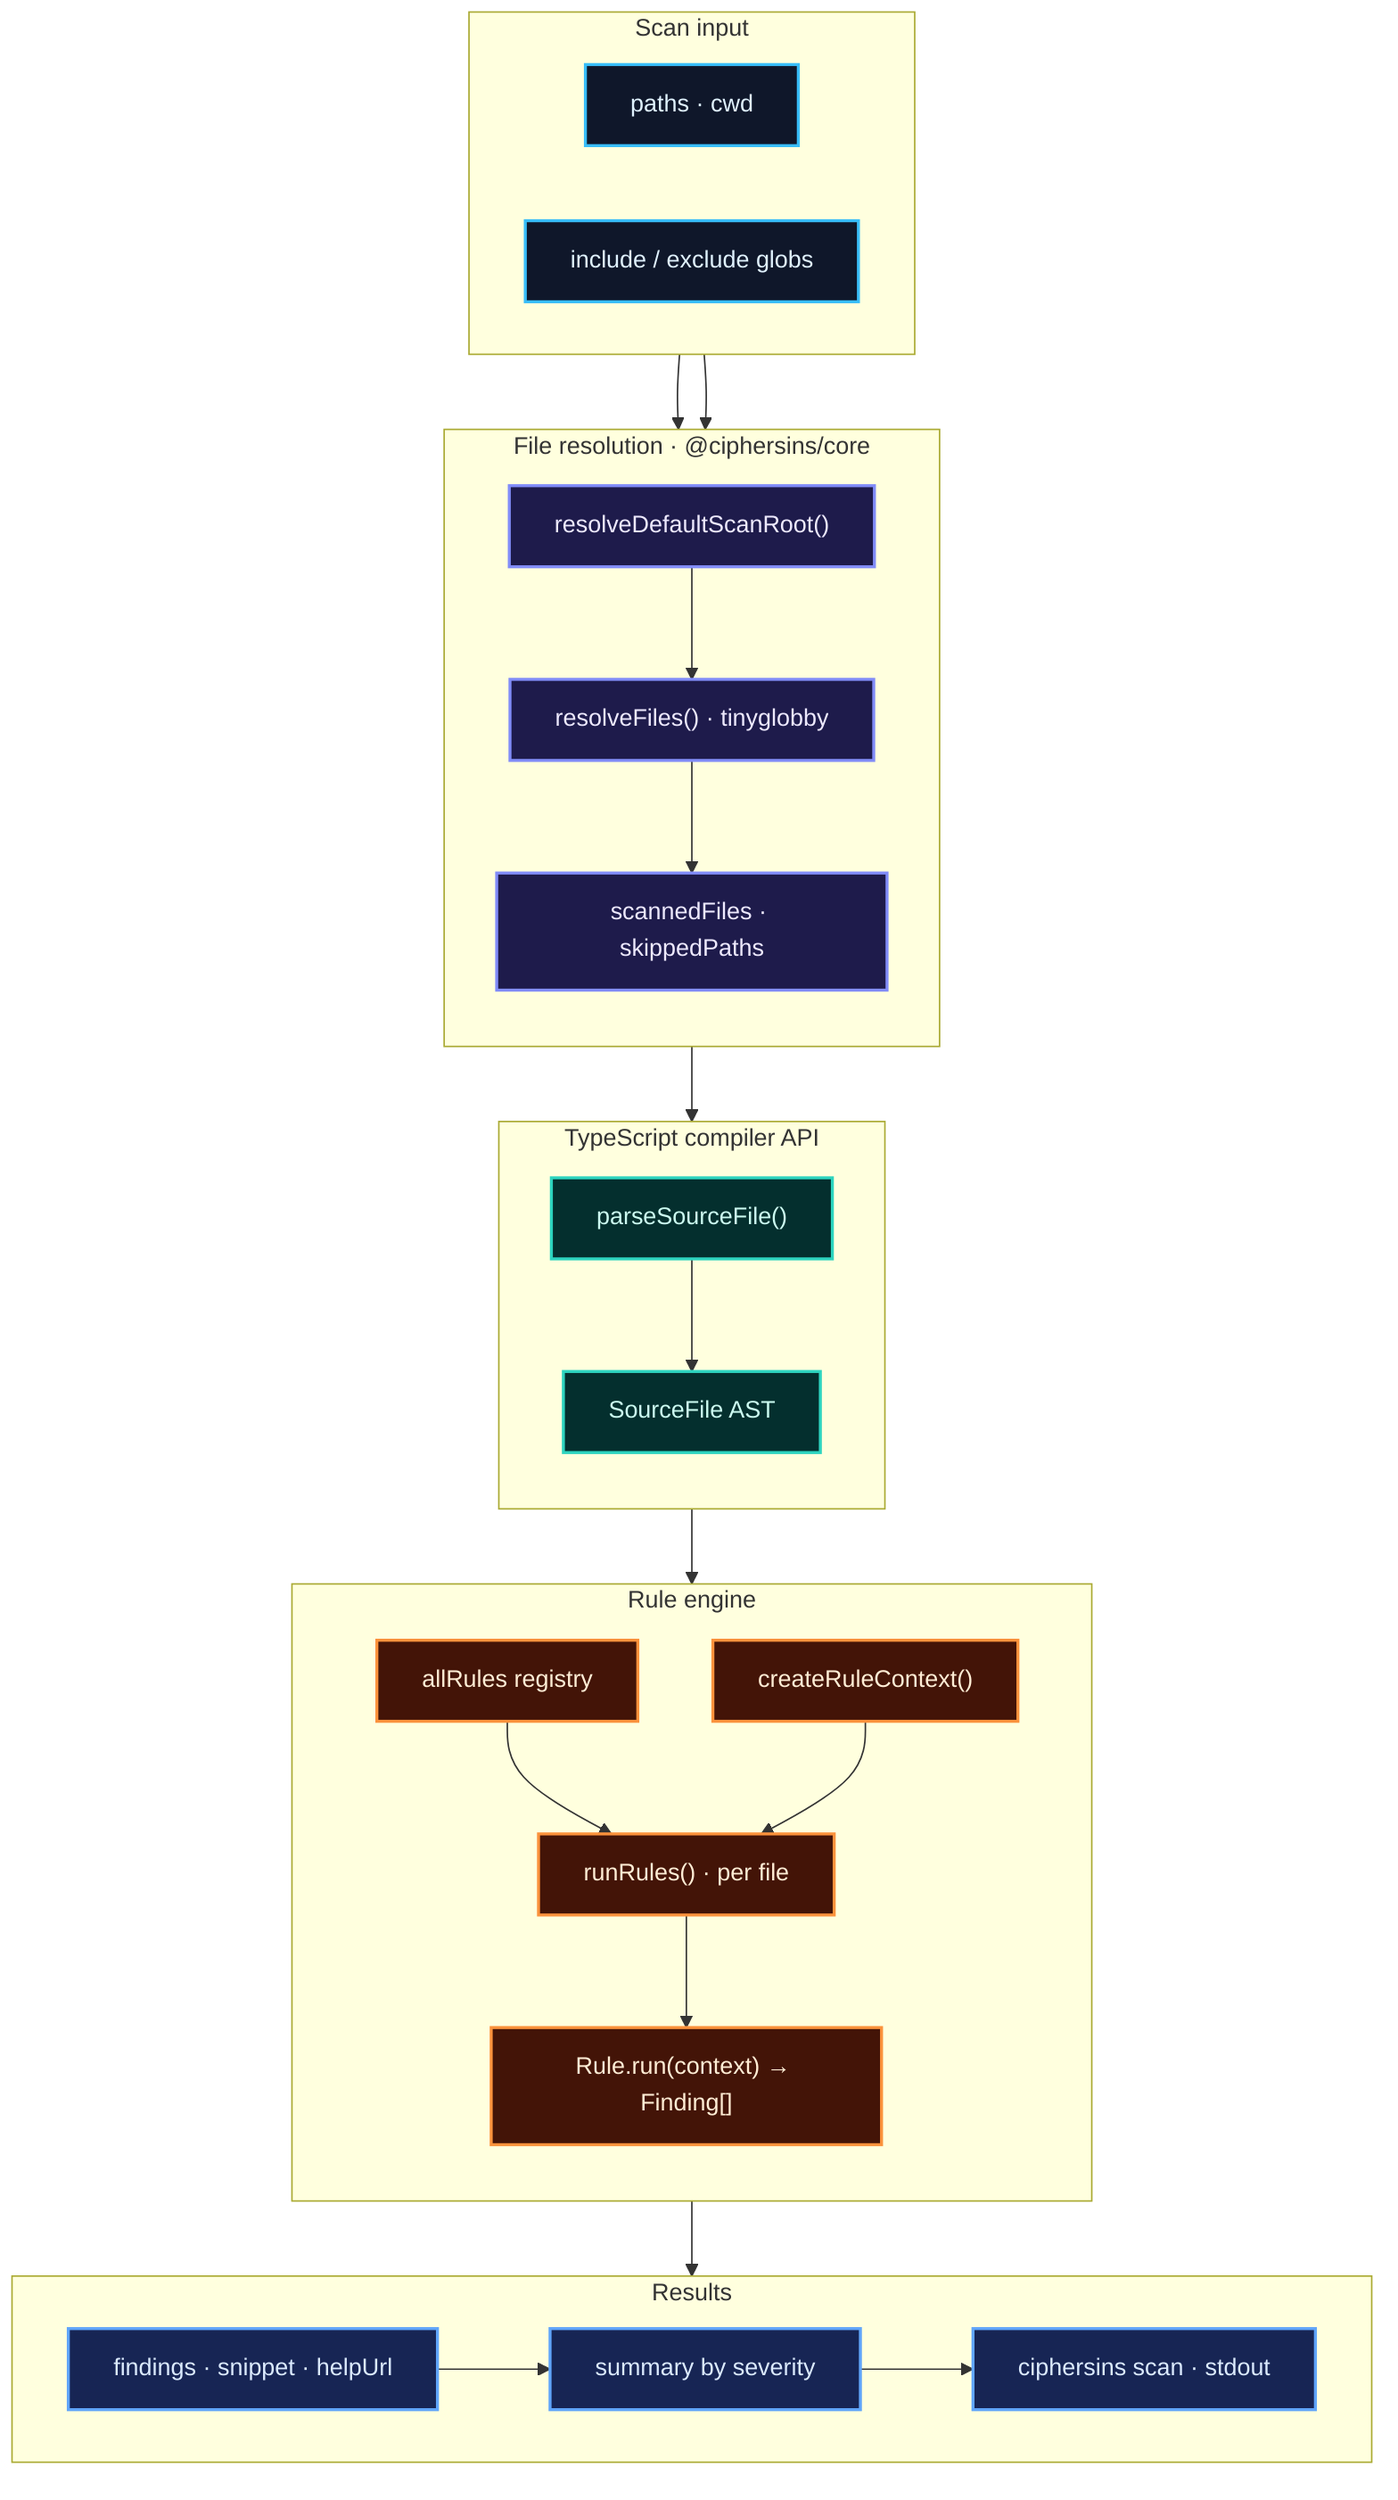
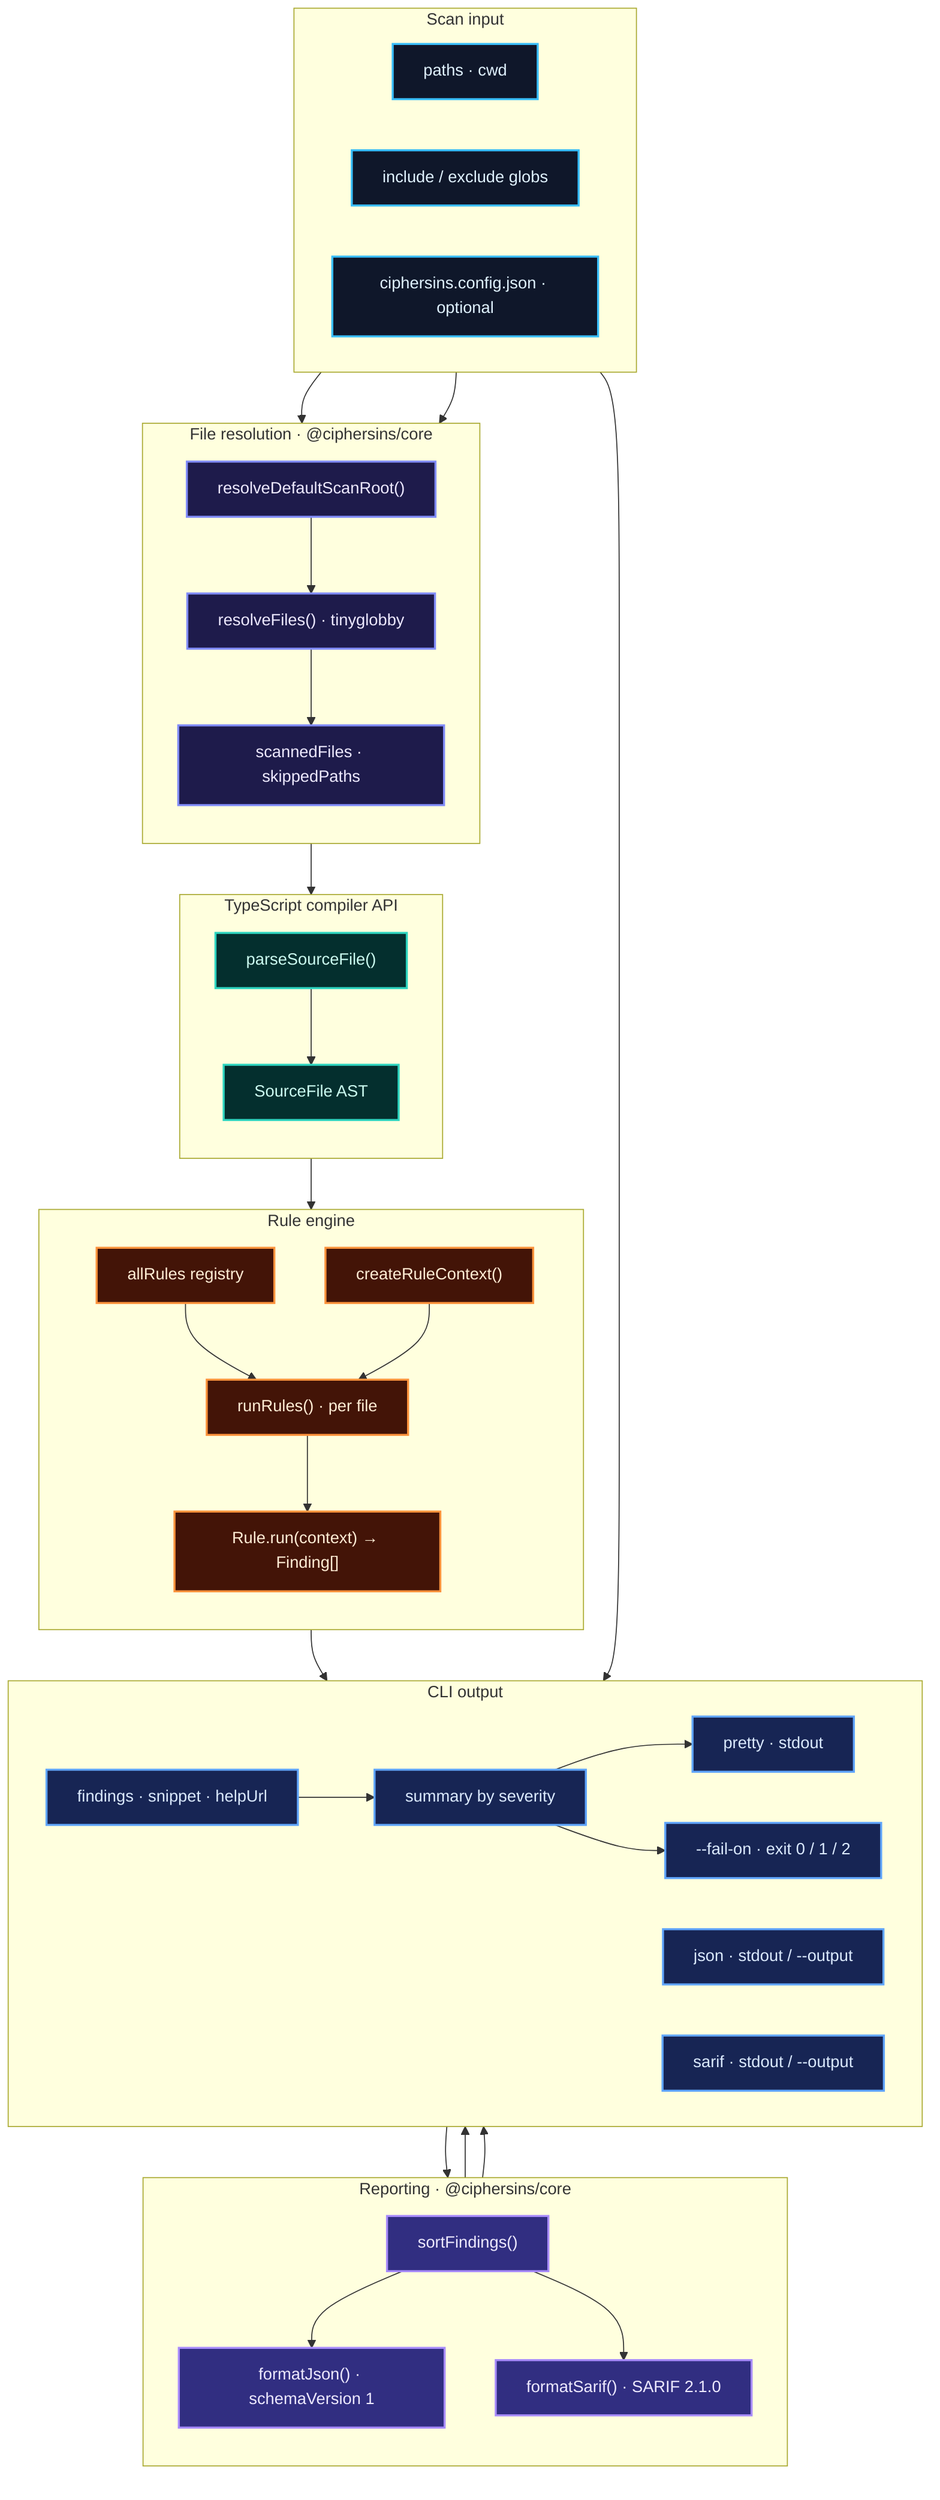
flowchart TB
	subgraph INPUT["Scan input"]
		direction LR
		PATHS["paths · cwd"]
		GLOBS["include / exclude globs"]
+ 		CONFIG["ciphersins.config.json · optional"]
	end

	subgraph RESOLVE["File resolution · @ciphersins/core"]
		direction TB
		ROOT["resolveDefaultScanRoot()"]
		RF["resolveFiles() · tinyglobby"]
		META["scannedFiles · skippedPaths"]
		ROOT --> RF --> META
	end

	subgraph PARSE["TypeScript compiler API"]
		direction TB
		PSF["parseSourceFile()"]
		SF["SourceFile AST"]
		PSF --> SF
	end

	subgraph RULES["Rule engine"]
		direction TB
		REG["allRules registry"]
		CTX["createRuleContext()"]
		RUN["runRules() · per file"]
		RULE["Rule.run(context) → Finding[]"]
		REG --> RUN
		CTX --> RUN
		RUN --> RULE
	end

- 	subgraph OUTPUT["Results"]
+ 	subgraph REPORT["Reporting · @ciphersins/core"]
+ 		direction TB
+ 		SORT["sortFindings()"]
+ 		JSON["formatJson() · schemaVersion 1"]
+ 		SARIF["formatSarif() · SARIF 2.1.0"]
+ 		SORT --> JSON
+ 		SORT --> SARIF
+ 	end
+ 
+ 	subgraph OUTPUT["CLI output"]
		direction LR
		FIND["findings · snippet · helpUrl"]
		SUM["summary by severity"]
- 		CLI["ciphersins scan · stdout"]
+ 		PRETTY["pretty · stdout"]
+ 		JOUT["json · stdout / --output"]
+ 		SOUT["sarif · stdout / --output"]
+ 		FAIL["--fail-on · exit 0 / 1 / 2"]
	end

	PATHS --> ROOT
	GLOBS --> RF
+ 	CONFIG --> FAIL
	META --> PSF
	SF --> CTX
	RULE --> FIND
	FIND --> SUM
- 	SUM --> CLI
+ 	SUM --> SORT
+ 	JSON --> JOUT
+ 	SARIF --> SOUT
+ 	SUM --> PRETTY
+ 	SUM --> FAIL

	classDef input fill:#0f172a,stroke:#38bdf8,stroke-width:2px,color:#e0f2fe
	classDef resolve fill:#1e1b4b,stroke:#818cf8,stroke-width:2px,color:#ede9fe
	classDef parse fill:#042f2e,stroke:#2dd4bf,stroke-width:2px,color:#ccfbf1
	classDef rules fill:#431407,stroke:#fb923c,stroke-width:2px,color:#ffedd5
+ 	classDef report fill:#312e81,stroke:#a78bfa,stroke-width:2px,color:#ede9fe
	classDef output fill:#172554,stroke:#60a5fa,stroke-width:2px,color:#dbeafe

- 	class PATHS,GLOBS input
+ 	class PATHS,GLOBS,CONFIG input
	class ROOT,RF,META resolve
	class PSF,SF parse
	class REG,CTX,RUN,RULE rules
- 	class FIND,SUM,CLI output
+ 	class SORT,JSON,SARIF report
+ 	class FIND,SUM,PRETTY,JOUT,SOUT,FAIL output
